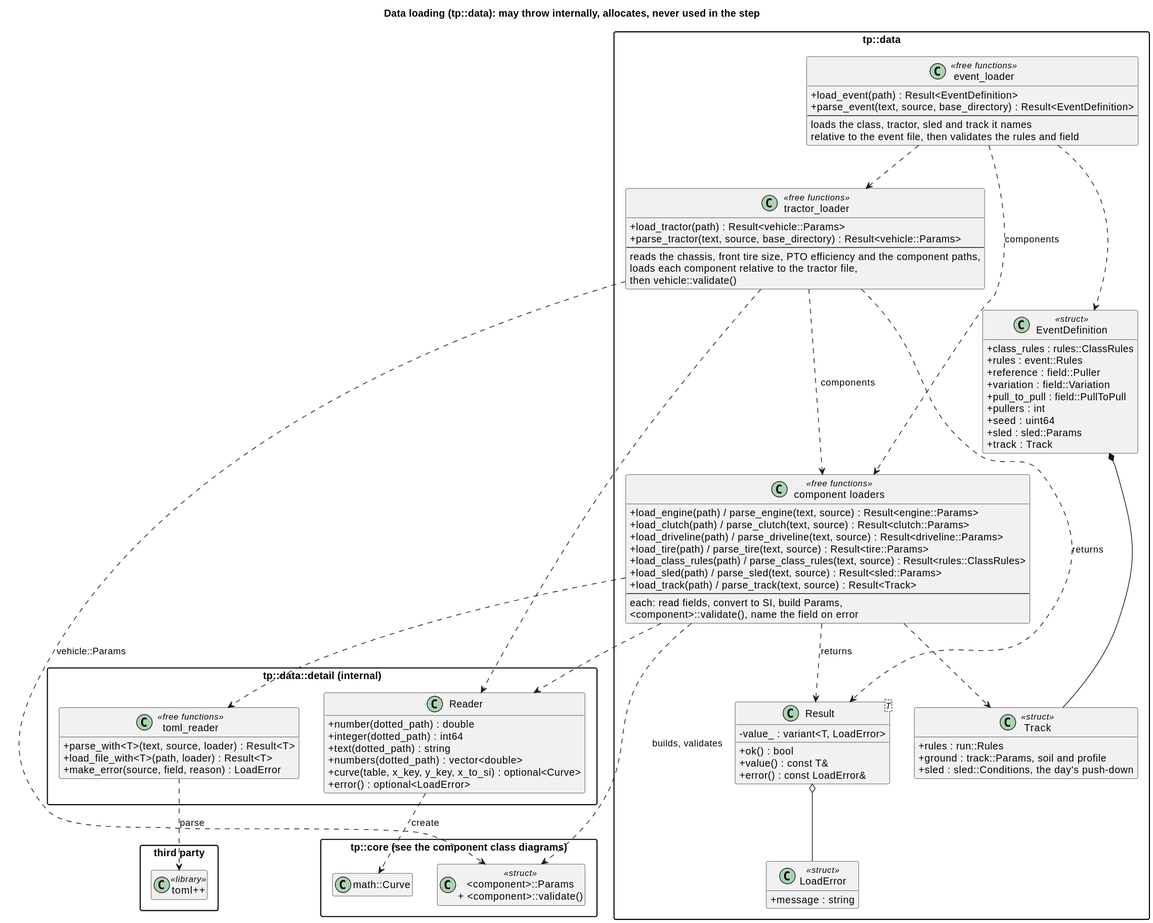
The PlantUML diagram docs/diagrams/svg/data_io_classes.svg in wversteeg/TractorPulling, before a commit.
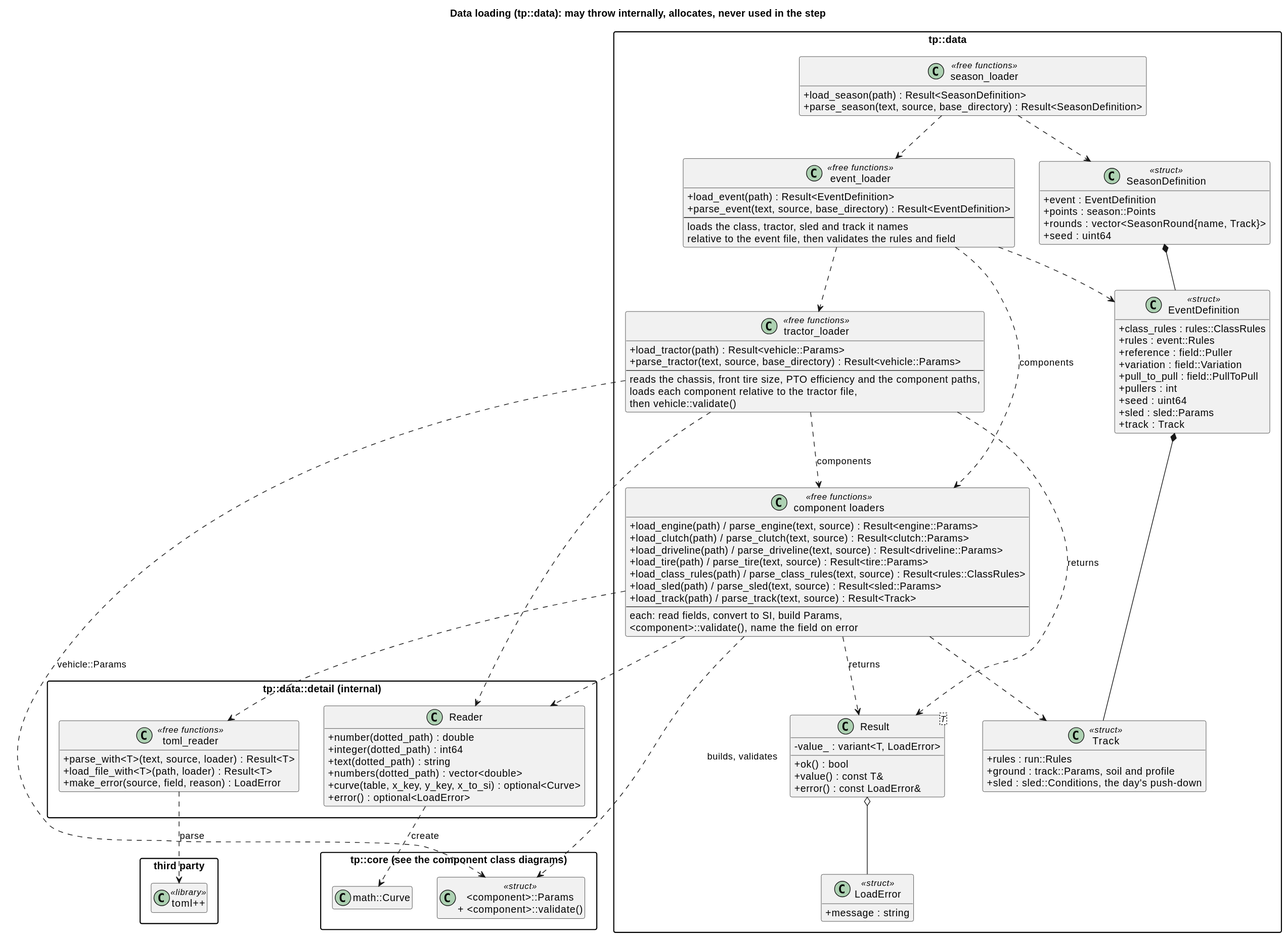
After the commit.

Change to the diagram source:
```diff
@@ -50,6 +50,16 @@
     loads the class, tractor, sled and track it names
     relative to the event file, then validates the rules and field
   }
+  class SeasonDefinition <<struct>> {
+    +event : EventDefinition
+    +points : season::Points
+    +rounds : vector<SeasonRound{name, Track}>
+    +seed : uint64
+  }
+  class "season_loader" as SeasonLoader <<free functions>> {
+    +load_season(path) : Result<SeasonDefinition>
+    +parse_season(text, source, base_directory) : Result<SeasonDefinition>
+  }
   class "tractor_loader" as TractorLoader <<free functions>> {
     +load_tractor(path) : Result<vehicle::Params>
     +parse_tractor(text, source, base_directory) : Result<vehicle::Params>
@@ -65,6 +75,9 @@
   EventLoader ..> Loaders : components
   EventLoader ..> TractorLoader
   EventDefinition *-- Track
+  SeasonLoader ..> SeasonDefinition
+  SeasonLoader ..> EventLoader
+  SeasonDefinition *-- EventDefinition
   TractorLoader ..> Loaders : components
   TractorLoader ..> Result : returns
 }
```
